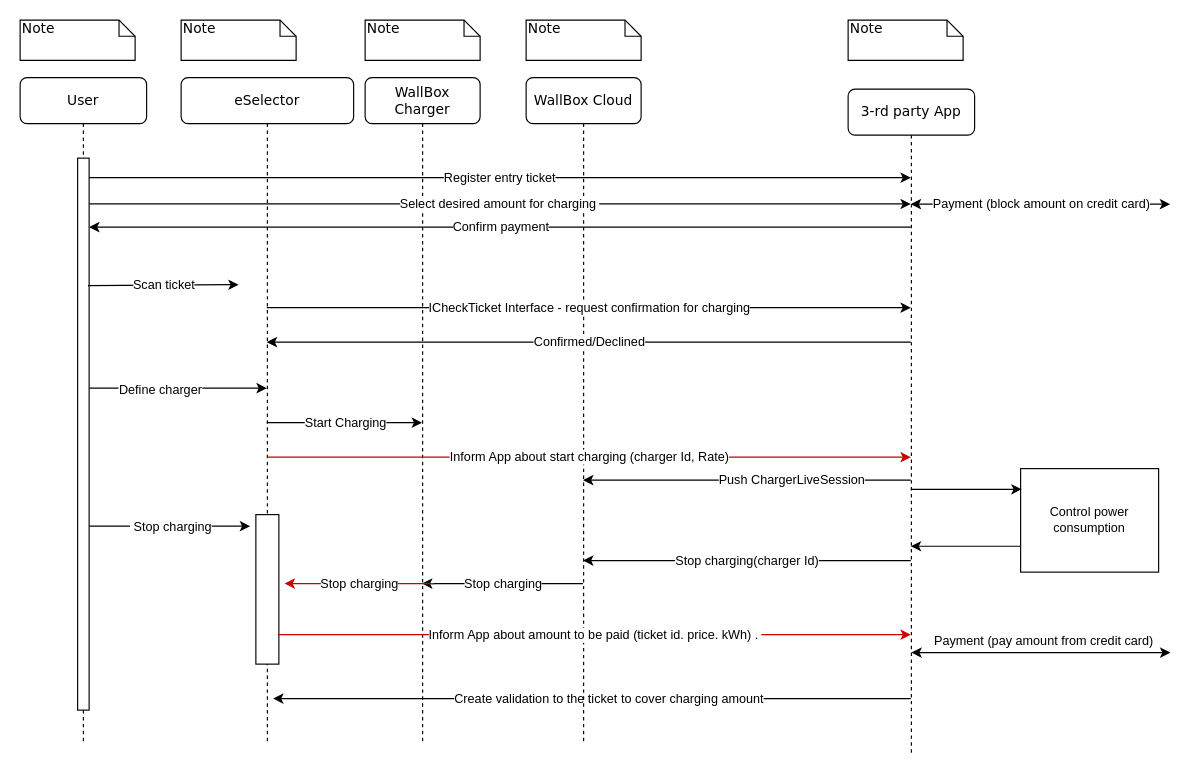
MykolaKolbun/02 keeps this draw.io diagram as Діаграма без назви.drawio. Above is the earlier version. Source tidied: cells renumbered, new cells numbered last; positions are measured from the earlier drawing's top-left corner, leaving out a move shared by most shapes. Both pictures are drawn from the tidied source at 115%, with x=0, y=0 at pixel (20, 20).
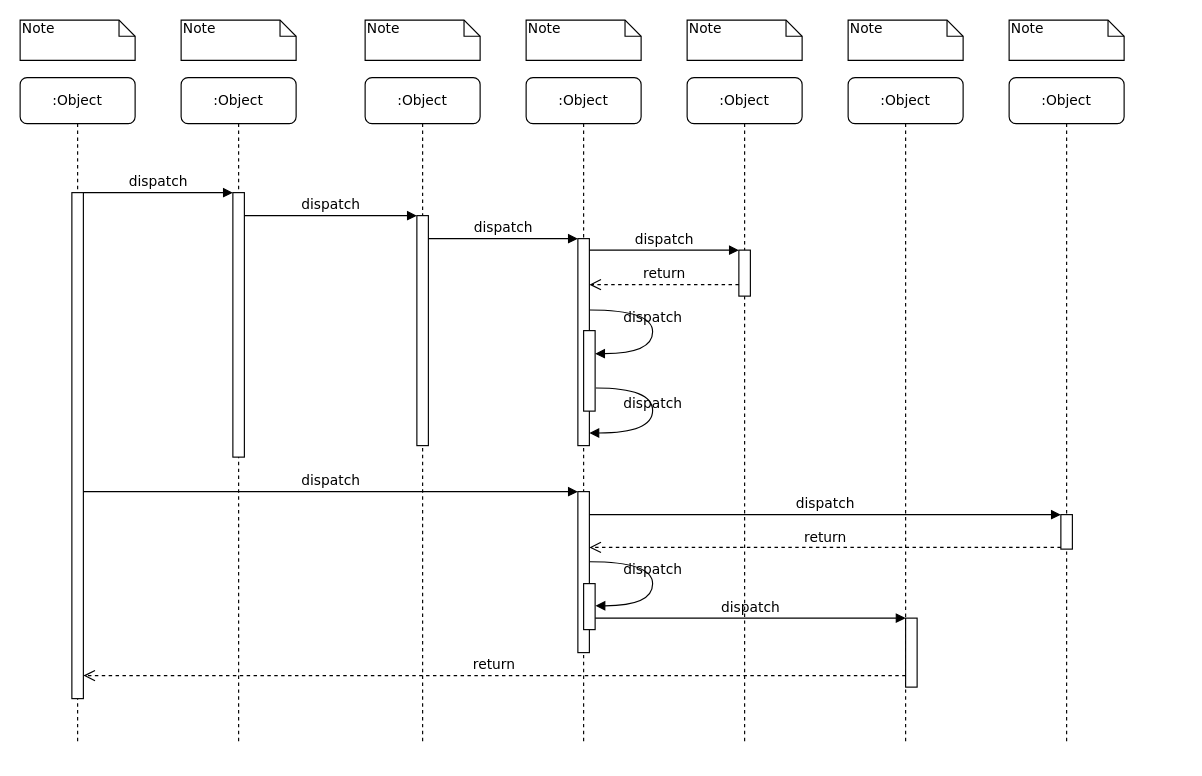
The same page after the edit.

The edit, as a diff of the source:
```diff
@@
-    <mxCell id="2" value="eSelector" style="shape=umlLifeline;perimeter=lifelinePerimeter;whiteSpace=wrap;html=1;outlineConnect=0;rounded=1;shadow=0;comic=0;labelBackgroundColor=none;strokeWidth=1;fontFamily=Verdana;fontSize=12;align=center;" parent="1" vertex="1">
-      <mxGeometry x="140" y="50" width="150" height="580" as="geometry" />
+    <mxCell id="2" value=":Object" style="shape=umlLifeline;perimeter=lifelinePerimeter;whiteSpace=wrap;html=1;outlineConnect=0;rounded=1;shadow=0;comic=0;labelBackgroundColor=none;strokeWidth=1;fontFamily=Verdana;fontSize=12;align=center;" parent="1" vertex="1">
+      <mxGeometry x="140" y="50" width="100" height="580" as="geometry" />
     </mxCell>
-    <mxCell id="3" style="endArrow=classic;html=1;rounded=0;strokeColor=#000000;fontFamily=Helvetica;fontSize=11;fontColor=default;" parent="2" edge="1">
-      <mxGeometry relative="1" as="geometry">
-        <mxPoint x="-80" y="390" as="sourcePoint" />
-        <mxPoint x="60" y="390" as="targetPoint" />
-      </mxGeometry>
-    </mxCell>
-    <mxCell id="4" value="&amp;nbsp;Stop charging" style="edgeLabel;html=1;align=center;verticalAlign=middle;fontFamily=Helvetica;fontSize=11;fontColor=default;" parent="3" vertex="1">
-      <mxGeometry relative="1" as="geometry" />
-    </mxCell>
-    <mxCell id="5" style="rounded=0;whiteSpace=wrap;html=1;fontFamily=Helvetica;fontSize=11;fontColor=default;" parent="2" vertex="1">
-      <mxGeometry x="65" y="380" width="20" height="130" as="geometry" />
-    </mxCell>
+    <mxCell id="38" style="html=1;points=[];perimeter=orthogonalPerimeter;rounded=0;shadow=0;comic=0;labelBackgroundColor=none;strokeWidth=1;fontFamily=Verdana;fontSize=12;align=center;" parent="2" vertex="1">
+      <mxGeometry x="45" y="100" width="10" height="230" as="geometry" />
+    </mxCell>
-    <mxCell id="6" value="WallBox Charger" style="shape=umlLifeline;perimeter=lifelinePerimeter;whiteSpace=wrap;html=1;outlineConnect=0;rounded=1;shadow=0;comic=0;labelBackgroundColor=none;strokeWidth=1;fontFamily=Verdana;fontSize=12;align=center;" parent="1" vertex="1">
+    <mxCell id="6" value=":Object" style="shape=umlLifeline;perimeter=lifelinePerimeter;whiteSpace=wrap;html=1;outlineConnect=0;rounded=1;shadow=0;comic=0;labelBackgroundColor=none;strokeWidth=1;fontFamily=Verdana;fontSize=12;align=center;" parent="1" vertex="1">
       <mxGeometry x="300" y="50" width="100" height="580" as="geometry" />
     </mxCell>
-    <mxCell id="7" value="Create validation to the ticket to cover charging amount" style="endArrow=classic;html=1;rounded=0;" parent="6" edge="1" source="9">
-      <mxGeometry x="-0.05" relative="1" as="geometry">
-        <mxPoint x="-80" y="540" as="targetPoint" />
-        <Array as="points">
-          <mxPoint x="165.3" y="540" />
-        </Array>
-      </mxGeometry>
-    </mxCell>
+    <mxCell id="39" style="html=1;points=[];perimeter=orthogonalPerimeter;rounded=0;shadow=0;comic=0;labelBackgroundColor=none;strokeWidth=1;fontFamily=Verdana;fontSize=12;align=center;" parent="6" vertex="1">
+      <mxGeometry x="45" y="120" width="10" height="200" as="geometry" />
+    </mxCell>
-    <mxCell id="8" value="WallBox Cloud" style="shape=umlLifeline;perimeter=lifelinePerimeter;whiteSpace=wrap;html=1;outlineConnect=0;rounded=1;shadow=0;comic=0;labelBackgroundColor=none;strokeWidth=1;fontFamily=Verdana;fontSize=12;align=center;" parent="1" vertex="1">
+    <mxCell id="8" value=":Object" style="shape=umlLifeline;perimeter=lifelinePerimeter;whiteSpace=wrap;html=1;outlineConnect=0;rounded=1;shadow=0;comic=0;labelBackgroundColor=none;strokeWidth=1;fontFamily=Verdana;fontSize=12;align=center;" parent="1" vertex="1">
       <mxGeometry x="440" y="50" width="100" height="580" as="geometry" />
     </mxCell>
+    <mxCell id="40" value=":Object" style="shape=umlLifeline;perimeter=lifelinePerimeter;whiteSpace=wrap;html=1;rounded=1;shadow=0;comic=0;labelBackgroundColor=none;strokeWidth=1;fontFamily=Verdana;fontSize=12;align=center;" parent="1" vertex="1">
+      <mxGeometry x="580" y="50" width="100" height="580" as="geometry" />
+    </mxCell>
-    <mxCell id="9" value="3-rd party App" style="shape=umlLifeline;perimeter=lifelinePerimeter;whiteSpace=wrap;html=1;outlineConnect=0;rounded=1;shadow=0;comic=0;labelBackgroundColor=none;strokeWidth=1;fontFamily=Verdana;fontSize=12;align=center;" parent="1" vertex="1">
-      <mxGeometry x="720" y="60" width="110" height="580" as="geometry" />
+    <mxCell id="9" value=":Object" style="shape=umlLifeline;perimeter=lifelinePerimeter;whiteSpace=wrap;html=1;outlineConnect=0;rounded=1;shadow=0;comic=0;labelBackgroundColor=none;strokeWidth=1;fontFamily=Verdana;fontSize=12;align=center;" parent="1" vertex="1">
+      <mxGeometry x="720" y="50" width="100" height="580" as="geometry" />
     </mxCell>
+    <mxCell id="41" value=":Object" style="shape=umlLifeline;perimeter=lifelinePerimeter;whiteSpace=wrap;html=1;rounded=1;shadow=0;comic=0;labelBackgroundColor=none;strokeWidth=1;fontFamily=Verdana;fontSize=12;align=center;" parent="1" vertex="1">
+      <mxGeometry x="860" y="50" width="100" height="580" as="geometry" />
+    </mxCell>
-    <mxCell id="10" value="User" style="shape=umlLifeline;perimeter=lifelinePerimeter;whiteSpace=wrap;html=1;rounded=1;shadow=0;comic=0;labelBackgroundColor=none;strokeWidth=1;fontFamily=Verdana;fontSize=12;align=center;" parent="1" vertex="1">
-      <mxGeometry y="50" width="110" height="580" as="geometry" />
+    <mxCell id="10" value=":Object" style="shape=umlLifeline;perimeter=lifelinePerimeter;whiteSpace=wrap;html=1;rounded=1;shadow=0;comic=0;labelBackgroundColor=none;strokeWidth=1;fontFamily=Verdana;fontSize=12;align=center;" parent="1" vertex="1">
+      <mxGeometry y="50" width="100" height="580" as="geometry" />
     </mxCell>
-    <mxCell id="11" style="rounded=0;whiteSpace=wrap;html=1;" parent="10" vertex="1">
-      <mxGeometry x="50" y="70" width="10" height="480" as="geometry" />
-    </mxCell>
+    <mxCell id="42" style="html=1;points=[];perimeter=orthogonalPerimeter;rounded=0;shadow=0;comic=0;labelBackgroundColor=none;strokeWidth=1;fontFamily=Verdana;fontSize=12;align=center;" parent="10" vertex="1">
+      <mxGeometry x="45" y="100" width="10" height="440" as="geometry" />
+    </mxCell>
+    <mxCell id="43" style="html=1;points=[];perimeter=orthogonalPerimeter;rounded=0;shadow=0;comic=0;labelBackgroundColor=none;strokeWidth=1;fontFamily=Verdana;fontSize=12;align=center;" parent="1" vertex="1">
+      <mxGeometry x="485" y="190" width="10" height="180" as="geometry" />
+    </mxCell>
+    <mxCell id="44" value="dispatch" style="html=1;verticalAlign=bottom;endArrow=block;labelBackgroundColor=none;fontFamily=Verdana;fontSize=12;edgeStyle=elbowEdgeStyle;elbow=vertical;" parent="1" edge="1" source="39" target="43">
+      <mxGeometry relative="1" as="geometry">
+        <Array as="points">
+          <mxPoint x="360" y="190" />
+        </Array>
+      </mxGeometry>
+    </mxCell>
+    <mxCell id="45" style="html=1;points=[];perimeter=orthogonalPerimeter;rounded=0;shadow=0;comic=0;labelBackgroundColor=none;strokeWidth=1;fontFamily=Verdana;fontSize=12;align=center;" parent="1" vertex="1">
+      <mxGeometry x="625" y="200" width="10" height="40" as="geometry" />
+    </mxCell>
+    <mxCell id="46" value="dispatch" style="html=1;verticalAlign=bottom;endArrow=block;entryX=0;entryY=0;labelBackgroundColor=none;fontFamily=Verdana;fontSize=12;edgeStyle=elbowEdgeStyle;elbow=vertical;" parent="1" edge="1" source="43" target="45">
+      <mxGeometry relative="1" as="geometry" />
+    </mxCell>
+    <mxCell id="47" value="return" style="html=1;verticalAlign=bottom;endArrow=open;dashed=1;endSize=8;labelBackgroundColor=none;fontFamily=Verdana;fontSize=12;edgeStyle=elbowEdgeStyle;elbow=vertical;" parent="1" edge="1" source="45" target="43">
+      <mxGeometry relative="1" as="geometry">
+        <Array as="points">
+          <mxPoint x="570" y="230" />
+          <mxPoint x="600" y="230" />
+        </Array>
+      </mxGeometry>
+    </mxCell>
+    <mxCell id="48" style="html=1;points=[];perimeter=orthogonalPerimeter;rounded=0;shadow=0;comic=0;labelBackgroundColor=none;strokeWidth=1;fontFamily=Verdana;fontSize=12;align=center;" parent="1" vertex="1">
+      <mxGeometry x="485" y="410" width="10" height="140" as="geometry" />
+    </mxCell>
+    <mxCell id="49" value="dispatch" style="html=1;verticalAlign=bottom;endArrow=block;entryX=0;entryY=0;labelBackgroundColor=none;fontFamily=Verdana;fontSize=12;" parent="1" edge="1" source="42" target="48">
+      <mxGeometry relative="1" as="geometry" />
+    </mxCell>
+    <mxCell id="50" style="html=1;points=[];perimeter=orthogonalPerimeter;rounded=0;shadow=0;comic=0;labelBackgroundColor=none;strokeColor=#000000;strokeWidth=1;fillColor=#FFFFFF;fontFamily=Verdana;fontSize=12;fontColor=#000000;align=center;" parent="1" vertex="1">
+      <mxGeometry x="905" y="430" width="10" height="30" as="geometry" />
+    </mxCell>
+    <mxCell id="51" value="dispatch" style="html=1;verticalAlign=bottom;endArrow=block;entryX=0;entryY=0;labelBackgroundColor=none;fontFamily=Verdana;fontSize=12;" parent="1" edge="1" source="48" target="50">
+      <mxGeometry relative="1" as="geometry" />
+    </mxCell>
+    <mxCell id="52" value="return" style="html=1;verticalAlign=bottom;endArrow=open;dashed=1;endSize=8;exitX=0;exitY=0.95;labelBackgroundColor=none;fontFamily=Verdana;fontSize=12;" parent="1" edge="1" source="50" target="48">
+      <mxGeometry relative="1" as="geometry" />
+    </mxCell>
+    <mxCell id="53" style="html=1;points=[];perimeter=orthogonalPerimeter;rounded=0;shadow=0;comic=0;labelBackgroundColor=none;strokeWidth=1;fontFamily=Verdana;fontSize=12;align=center;" parent="1" vertex="1">
+      <mxGeometry x="770" y="520" width="10" height="60" as="geometry" />
+    </mxCell>
+    <mxCell id="54" value="dispatch" style="html=1;verticalAlign=bottom;endArrow=block;entryX=0;entryY=0;labelBackgroundColor=none;fontFamily=Verdana;fontSize=12;edgeStyle=elbowEdgeStyle;elbow=vertical;" parent="1" edge="1" source="61" target="53">
+      <mxGeometry relative="1" as="geometry" />
+    </mxCell>
+    <mxCell id="55" value="return" style="html=1;verticalAlign=bottom;endArrow=open;dashed=1;endSize=8;labelBackgroundColor=none;fontFamily=Verdana;fontSize=12;edgeStyle=elbowEdgeStyle;elbow=vertical;" parent="1" edge="1" source="53" target="42">
+      <mxGeometry relative="1" as="geometry">
+        <Array as="points">
+          <mxPoint x="470" y="570" />
+        </Array>
+      </mxGeometry>
+    </mxCell>
+    <mxCell id="56" value="dispatch" style="html=1;verticalAlign=bottom;endArrow=block;entryX=0;entryY=0;labelBackgroundColor=none;fontFamily=Verdana;fontSize=12;edgeStyle=elbowEdgeStyle;elbow=vertical;" parent="1" edge="1" source="42" target="38">
+      <mxGeometry relative="1" as="geometry" />
+    </mxCell>
+    <mxCell id="57" value="dispatch" style="html=1;verticalAlign=bottom;endArrow=block;entryX=0;entryY=0;labelBackgroundColor=none;fontFamily=Verdana;fontSize=12;edgeStyle=elbowEdgeStyle;elbow=vertical;" parent="1" edge="1" source="38" target="39">
+      <mxGeometry relative="1" as="geometry" />
+    </mxCell>
+    <mxCell id="58" style="html=1;points=[];perimeter=orthogonalPerimeter;rounded=0;shadow=0;comic=0;labelBackgroundColor=none;strokeWidth=1;fontFamily=Verdana;fontSize=12;align=center;" parent="1" vertex="1">
+      <mxGeometry x="490" y="270" width="10" height="70" as="geometry" />
+    </mxCell>
+    <mxCell id="59" value="dispatch" style="html=1;verticalAlign=bottom;endArrow=block;labelBackgroundColor=none;fontFamily=Verdana;fontSize=12;elbow=vertical;edgeStyle=orthogonalEdgeStyle;curved=1;entryX=1;entryY=0.286;entryPerimeter=0;exitX=1.038;exitY=0.345;exitPerimeter=0;" parent="1" edge="1" source="43" target="58">
+      <mxGeometry relative="1" as="geometry">
+        <Array as="points">
+          <mxPoint x="550" y="252" />
+          <mxPoint x="550" y="290" />
+        </Array>
+      </mxGeometry>
+    </mxCell>
+    <mxCell id="60" value="dispatch" style="html=1;verticalAlign=bottom;endArrow=block;labelBackgroundColor=none;fontFamily=Verdana;fontSize=12;elbow=vertical;edgeStyle=orthogonalEdgeStyle;curved=1;exitX=1.066;exitY=0.713;exitPerimeter=0;" parent="1" edge="1" source="58">
+      <mxGeometry relative="1" as="geometry">
+        <mxPoint x="495" y="359" as="targetPoint" />
+        <Array as="points">
+          <mxPoint x="550" y="320" />
+          <mxPoint x="550" y="359" />
+        </Array>
+      </mxGeometry>
+    </mxCell>
+    <mxCell id="61" style="html=1;points=[];perimeter=orthogonalPerimeter;rounded=0;shadow=0;comic=0;labelBackgroundColor=none;strokeWidth=1;fontFamily=Verdana;fontSize=12;align=center;" parent="1" vertex="1">
+      <mxGeometry x="490" y="490" width="10" height="40" as="geometry" />
+    </mxCell>
+    <mxCell id="62" value="dispatch" style="html=1;verticalAlign=bottom;endArrow=block;labelBackgroundColor=none;fontFamily=Verdana;fontSize=12;elbow=vertical;edgeStyle=orthogonalEdgeStyle;curved=1;entryX=1;entryY=0.286;entryPerimeter=0;exitX=1.038;exitY=0.345;exitPerimeter=0;" parent="1" edge="1">
+      <mxGeometry relative="1" as="geometry">
+        <mxPoint x="495.3" y="471" as="sourcePoint" />
+        <mxPoint x="500.3" y="509.3" as="targetPoint" />
+        <Array as="points">
+          <mxPoint x="550" y="471" />
+          <mxPoint x="550" y="509" />
+        </Array>
+      </mxGeometry>
+    </mxCell>
@@
+    <mxCell id="63" value="Note" style="shape=note;whiteSpace=wrap;html=1;size=14;verticalAlign=top;align=left;spacingTop=-6;rounded=0;shadow=0;comic=0;labelBackgroundColor=none;strokeWidth=1;fontFamily=Verdana;fontSize=12;" parent="1" vertex="1">
+      <mxGeometry x="580" width="100" height="35" as="geometry" />
+    </mxCell>
@@
-    <mxCell id="17" value="Register entry ticket" style="endArrow=classic;html=1;rounded=0;" parent="1" edge="1" target="9">
-      <mxGeometry relative="1" as="geometry">
-        <mxPoint x="60" y="137" as="sourcePoint" />
-        <Array as="points">
-          <mxPoint x="410" y="137" />
-        </Array>
-      </mxGeometry>
-    </mxCell>
-    <mxCell id="18" value="Select desired amount for charging&amp;nbsp;" style="endArrow=classic;html=1;rounded=0;exitX=1;exitY=0.083;exitDx=0;exitDy=0;exitPerimeter=0;" parent="1" edge="1" source="11" target="9">
-      <mxGeometry relative="1" as="geometry" />
-    </mxCell>
-    <mxCell id="19" value="Payment (block amount on credit card)" style="endArrow=classic;startArrow=classic;html=1;rounded=0;" parent="1" edge="1" source="9">
-      <mxGeometry relative="1" as="geometry">
-        <mxPoint x="1000" y="160" as="targetPoint" />
-      </mxGeometry>
-    </mxCell>
-    <mxCell id="20" value="Confirm payment" style="endArrow=classic;html=1;rounded=0;" parent="1" edge="1" source="9">
-      <mxGeometry relative="1" as="geometry">
-        <mxPoint x="60" y="180" as="targetPoint" />
-      </mxGeometry>
-    </mxCell>
-    <mxCell id="21" value="Scan ticket" style="endArrow=classic;html=1;rounded=0;exitX=0.9;exitY=0.231;exitDx=0;exitDy=0;exitPerimeter=0;" parent="1" edge="1" source="11">
-      <mxGeometry relative="1" as="geometry">
-        <mxPoint x="190" y="230" as="targetPoint" />
-      </mxGeometry>
-    </mxCell>
-    <mxCell id="22" value="ICheckTicket Interface - request confirmation for charging" style="endArrow=classic;html=1;rounded=0;" parent="1" edge="1" source="2" target="9">
-      <mxGeometry relative="1" as="geometry">
-        <Array as="points">
-          <mxPoint x="430" y="250" />
-        </Array>
-      </mxGeometry>
-    </mxCell>
-    <mxCell id="23" value="Confirmed/Declined" style="endArrow=classic;html=1;rounded=0;" parent="1" edge="1" source="9" target="2">
-      <mxGeometry relative="1" as="geometry">
-        <Array as="points">
-          <mxPoint x="470" y="280" />
-        </Array>
-      </mxGeometry>
-    </mxCell>
-    <mxCell id="24" style="endArrow=classic;html=1;rounded=0;" parent="1" edge="1" target="2">
-      <mxGeometry relative="1" as="geometry">
-        <mxPoint x="60" y="320" as="sourcePoint" />
-        <Array as="points">
-          <mxPoint x="120" y="320" />
-          <mxPoint x="140" y="320" />
-        </Array>
-      </mxGeometry>
-    </mxCell>
-    <mxCell id="25" value="Define charger" style="edgeLabel;html=1;align=center;verticalAlign=middle;" parent="24" vertex="1">
-      <mxGeometry x="-0.21" y="-1" relative="1" as="geometry" />
-    </mxCell>
-    <mxCell id="26" value="Start Charging" style="endArrow=classic;html=1;rounded=0;" parent="1" edge="1" source="2" target="6">
-      <mxGeometry relative="1" as="geometry">
-        <Array as="points">
-          <mxPoint x="330" y="350" />
-        </Array>
-      </mxGeometry>
-    </mxCell>
-    <mxCell id="27" value="&lt;span style=&quot;text-align: start;&quot;&gt;&lt;font style=&quot;font-size: 11px;&quot;&gt;Push ChargerLiveSession&lt;/font&gt;&lt;/span&gt;" style="endArrow=classic;html=1;rounded=0;fontColor=default;" parent="1" edge="1" source="9" target="8">
-      <mxGeometry x="-0.27" relative="1" as="geometry">
-        <Array as="points">
-          <mxPoint x="750" y="400" />
-          <mxPoint x="640" y="400" />
-        </Array>
-      </mxGeometry>
-    </mxCell>
-    <mxCell id="28" value="Control power consumption" style="rounded=0;whiteSpace=wrap;html=1;fontFamily=Helvetica;fontSize=11;fontColor=default;" parent="1" vertex="1">
-      <mxGeometry x="870" y="390" width="120" height="90" as="geometry" />
-    </mxCell>
-    <mxCell id="29" style="endArrow=classic;html=1;rounded=0;fontFamily=Helvetica;fontSize=11;fontColor=default;entryX=0.007;entryY=0.2;entryDx=0;entryDy=0;entryPerimeter=0;" parent="1" edge="1" source="9" target="28">
-      <mxGeometry relative="1" as="geometry" />
-    </mxCell>
-    <mxCell id="30" style="endArrow=classic;html=1;rounded=0;fontFamily=Helvetica;fontSize=11;fontColor=default;exitX=0;exitY=0.75;exitDx=0;exitDy=0;" parent="1" edge="1" source="28" target="9">
-      <mxGeometry relative="1" as="geometry" />
-    </mxCell>
-    <mxCell id="31" value="Inform App about start charging (charger Id, Rate)" style="endArrow=classic;html=1;rounded=0;fontFamily=Helvetica;fontSize=11;fontColor=default;strokeColor=#CC0000;" parent="1" edge="1" source="2" target="9">
-      <mxGeometry relative="1" as="geometry">
-        <Array as="points">
-          <mxPoint x="560" y="380" />
-        </Array>
-      </mxGeometry>
-    </mxCell>
-    <mxCell id="32" value="Stop charging(charger Id)" style="endArrow=classic;html=1;rounded=0;fontFamily=Helvetica;fontSize=11;fontColor=default;" parent="1" edge="1" source="9" target="8">
-      <mxGeometry relative="1" as="geometry">
-        <Array as="points">
-          <mxPoint x="510" y="470" />
-        </Array>
-      </mxGeometry>
-    </mxCell>
-    <mxCell id="33" value="Stop charging" style="endArrow=classic;html=1;rounded=0;strokeColor=#000000;fontFamily=Helvetica;fontSize=11;fontColor=default;" parent="1" edge="1" source="8" target="6">
-      <mxGeometry relative="1" as="geometry">
-        <Array as="points">
-          <mxPoint x="460" y="490" />
-        </Array>
-      </mxGeometry>
-    </mxCell>
-    <mxCell id="34" value="Stop charging" style="endArrow=classic;html=1;rounded=0;strokeColor=#CC0000;fontFamily=Helvetica;fontSize=11;fontColor=default;" parent="1" edge="1">
-      <mxGeometry relative="1" as="geometry">
-        <mxPoint x="360" y="490" as="sourcePoint" />
-        <mxPoint x="230" y="490" as="targetPoint" />
-        <Array as="points">
-          <mxPoint x="300" y="490" />
-        </Array>
-      </mxGeometry>
-    </mxCell>
-    <mxCell id="35" style="endArrow=classic;html=1;rounded=0;strokeColor=#CC0000;fontFamily=Helvetica;fontSize=11;fontColor=default;exitX=0.967;exitY=0.803;exitDx=0;exitDy=0;exitPerimeter=0;" parent="1" edge="1" source="5" target="9">
-      <mxGeometry relative="1" as="geometry" />
-    </mxCell>
-    <mxCell id="36" value="Inform App about amount to be paid (ticket id. price. kWh) .&amp;nbsp;" style="edgeLabel;html=1;align=center;verticalAlign=middle;fontFamily=Helvetica;fontSize=11;fontColor=default;" parent="35" vertex="1">
-      <mxGeometry relative="1" as="geometry" />
-    </mxCell>
-    <mxCell id="37" value="Payment (pay amount from credit card)" style="endArrow=classic;startArrow=classic;html=1;rounded=0;" parent="1" edge="1">
-      <mxGeometry x="0.02" y="10" relative="1" as="geometry">
-        <mxPoint x="775" y="550" as="sourcePoint" />
-        <mxPoint x="1000.2" y="550" as="targetPoint" />
-      </mxGeometry>
-    </mxCell>
+    <mxCell id="64" value="Note" style="shape=note;whiteSpace=wrap;html=1;size=14;verticalAlign=top;align=left;spacingTop=-6;rounded=0;shadow=0;comic=0;labelBackgroundColor=none;strokeWidth=1;fontFamily=Verdana;fontSize=12;" parent="1" vertex="1">
+      <mxGeometry x="860" width="100" height="35" as="geometry" />
+    </mxCell>
```
